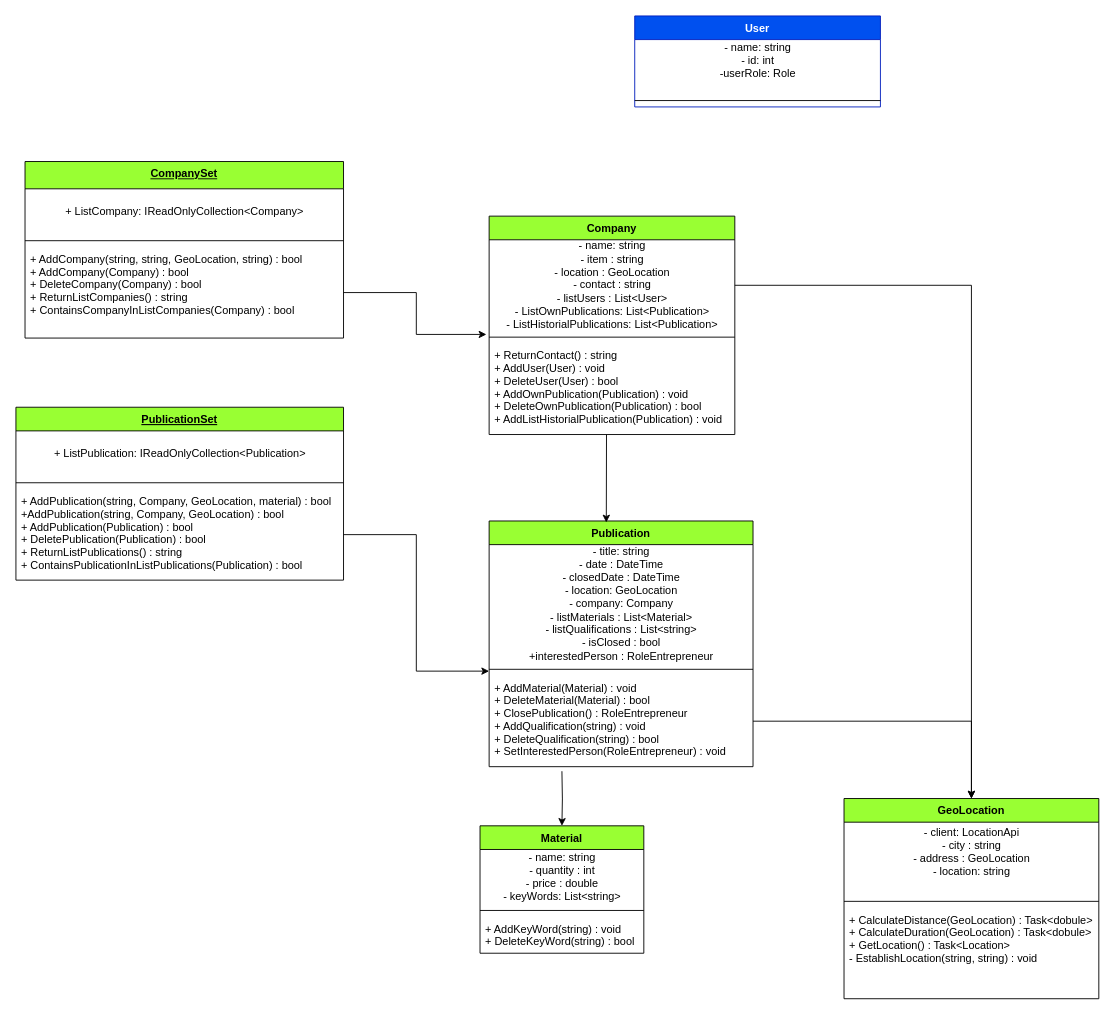
This is docs/Diagrama.drawio from tomaspasto24/ProyectoEquipo4, a draw.io file, before an edit. Source tidied: cells renumbered, new cells numbered last; positions are measured from the earlier drawing's top-left corner, leaving out a move shared by most shapes. Both pictures are drawn from the tidied source at 91%, with x=0, y=0 at pixel (15, 15).
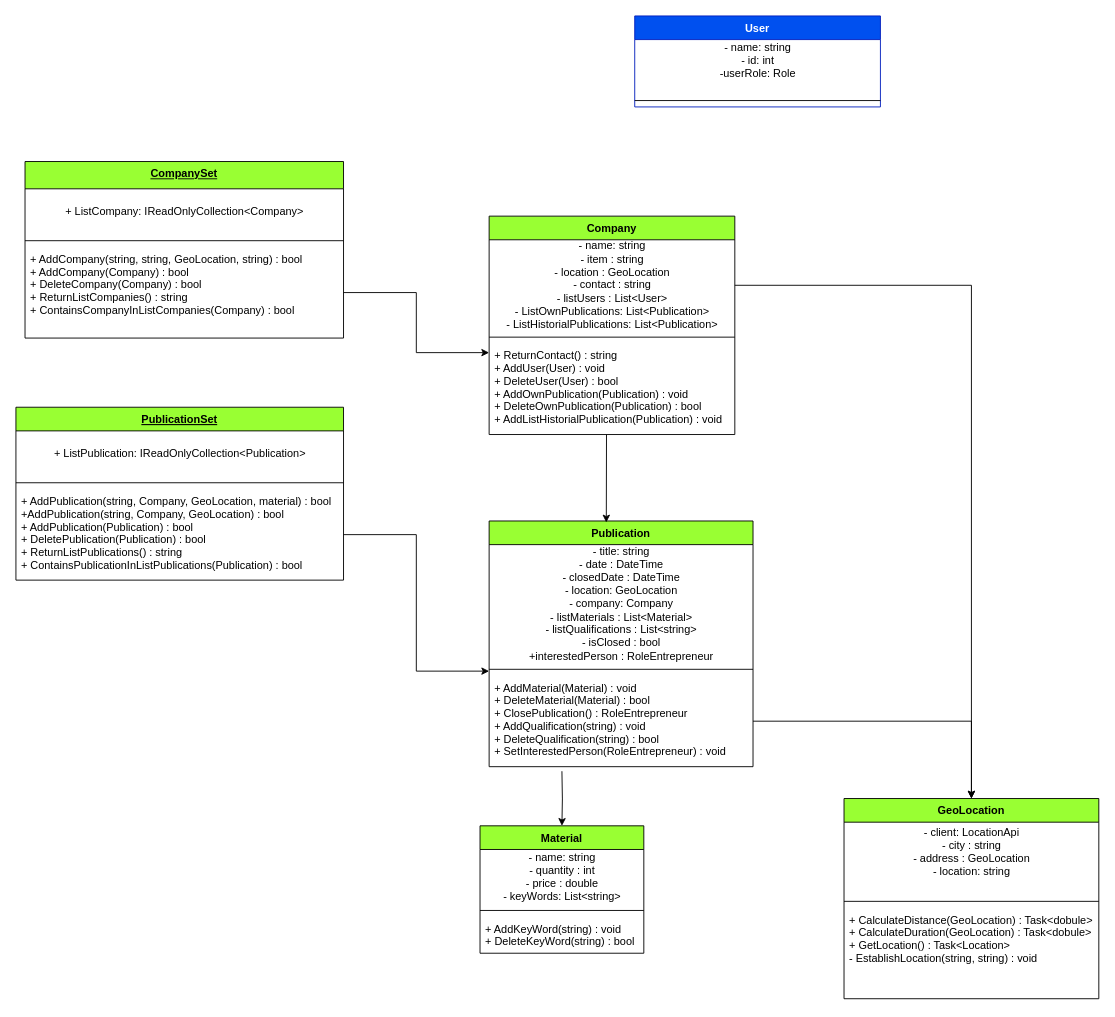
The same page after the edit.

The change refers to these unchanged cells:
```xml
<mxCell id="3" value="&lt;div&gt;&lt;span&gt;- name: string&lt;/span&gt;&lt;br&gt;&lt;/div&gt;&lt;div&gt;- item : string&lt;/div&gt;&lt;div&gt;- location : GeoLocation&lt;/div&gt;&lt;div&gt;- contact : string&lt;/div&gt;&lt;div&gt;- listUsers : List&amp;lt;User&amp;gt;&lt;br&gt;&lt;/div&gt;&lt;div&gt;- ListOwnPublications: List&amp;lt;Publication&amp;gt;&lt;br&gt;&lt;/div&gt;&lt;div&gt;- ListHistorialPublications: List&amp;lt;Publication&amp;gt;&lt;br&gt;&lt;/div&gt;" style="text;html=1;align=center;verticalAlign=middle;points=[];strokeColor=none;fillColor=none;" parent="2" vertex="1">
  <mxGeometry y="26" width="270" height="100" as="geometry" />
</mxCell>
<mxCell id="5" value="+ ReturnContact() : string&#10;+ AddUser(User) : void&#10;+ DeleteUser(User) : bool&#10;+ AddOwnPublication(Publication) : void&#10;+ DeleteOwnPublication(Publication) : bool&#10;+ AddListHistorialPublication(Publication) : void&#10;" style="text;strokeColor=none;fillColor=none;align=left;verticalAlign=top;spacingLeft=4;spacingRight=4;overflow=hidden;points=[[0,0.5],[1,0.5]];portConstraint=eastwest;" parent="2" vertex="1">
  <mxGeometry y="140" width="270" height="100" as="geometry" />
</mxCell>
<mxCell id="28" value="+ AddCompany(string, string, GeoLocation, string) : bool&#10;+ AddCompany(Company) : bool&#10;+ DeleteCompany(Company) : bool&#10;+ ReturnListCompanies() : string&#10;+ ContainsCompanyInListCompanies(Company) : bool&#10;" style="text;strokeColor=none;fillColor=none;align=left;verticalAlign=top;spacingLeft=4;spacingRight=4;overflow=hidden;points=[[0,0.5],[1,0.5]];portConstraint=eastwest;" parent="25" vertex="1">
  <mxGeometry y="94" width="350" height="100" as="geometry" />
</mxCell>
```

Change to the diagram source:
```diff
@@
-    <mxCell id="34" style="edgeStyle=orthogonalEdgeStyle;rounded=0;jettySize=auto;html=1;entryX=-0.011;entryY=1.04;entryDx=0;entryDy=0;entryPerimeter=0;" parent="1" edge="1" source="28" target="3">
+    <mxCell id="34" style="edgeStyle=orthogonalEdgeStyle;rounded=0;jettySize=auto;html=1;entryX=0;entryY=0.1;entryDx=0;entryDy=0;entryPerimeter=0;" parent="1" edge="1" source="28" target="5">
       <mxGeometry relative="1" as="geometry" />
     </mxCell>
```
